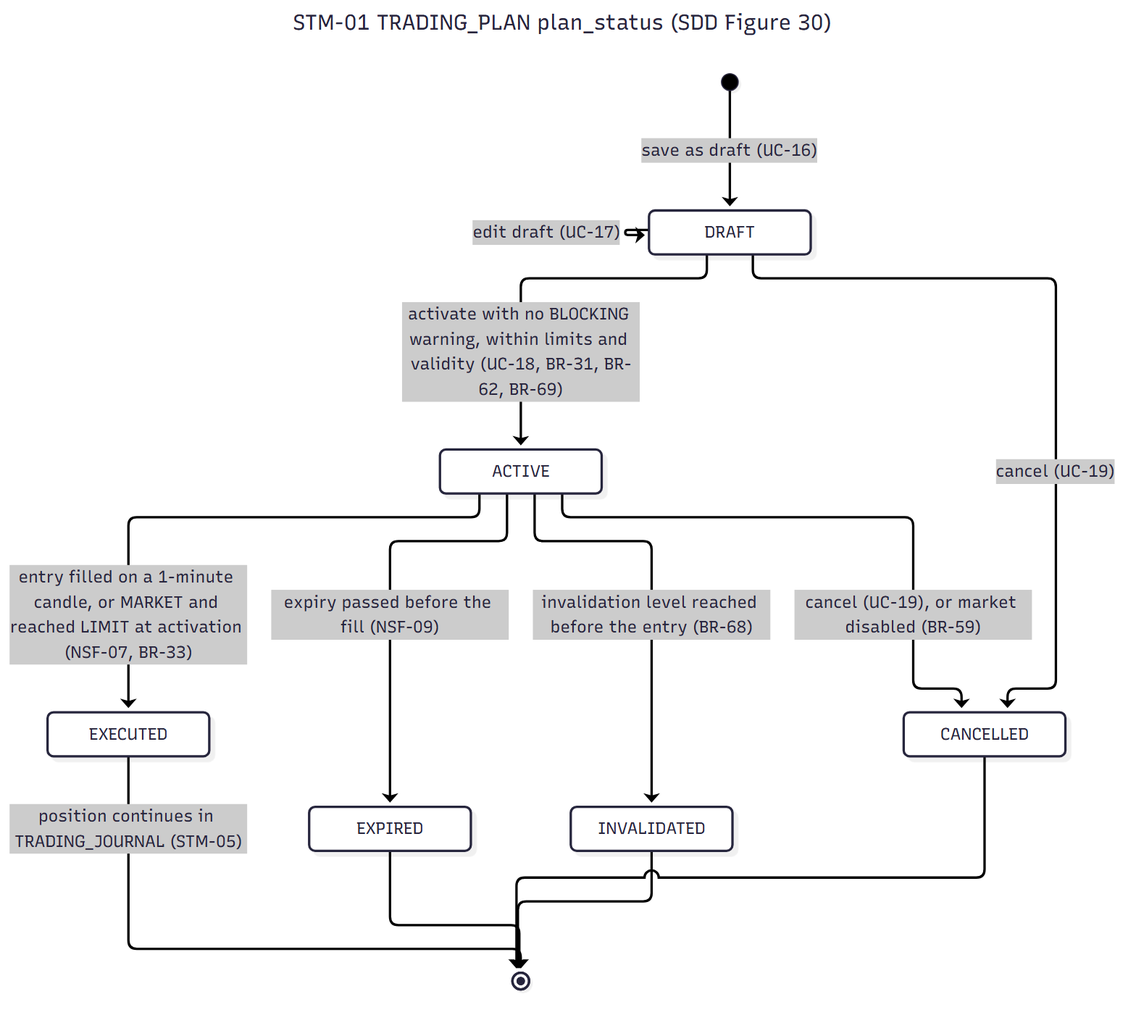
This is specs/diagrams/state/STM-01_trading_plan.png from nguyenluc2411/cryptopilot_project, a Mermaid export, as it was before one commit. Its source is kept beside it as specs/diagrams/state/STM-01_trading_plan.mmd.
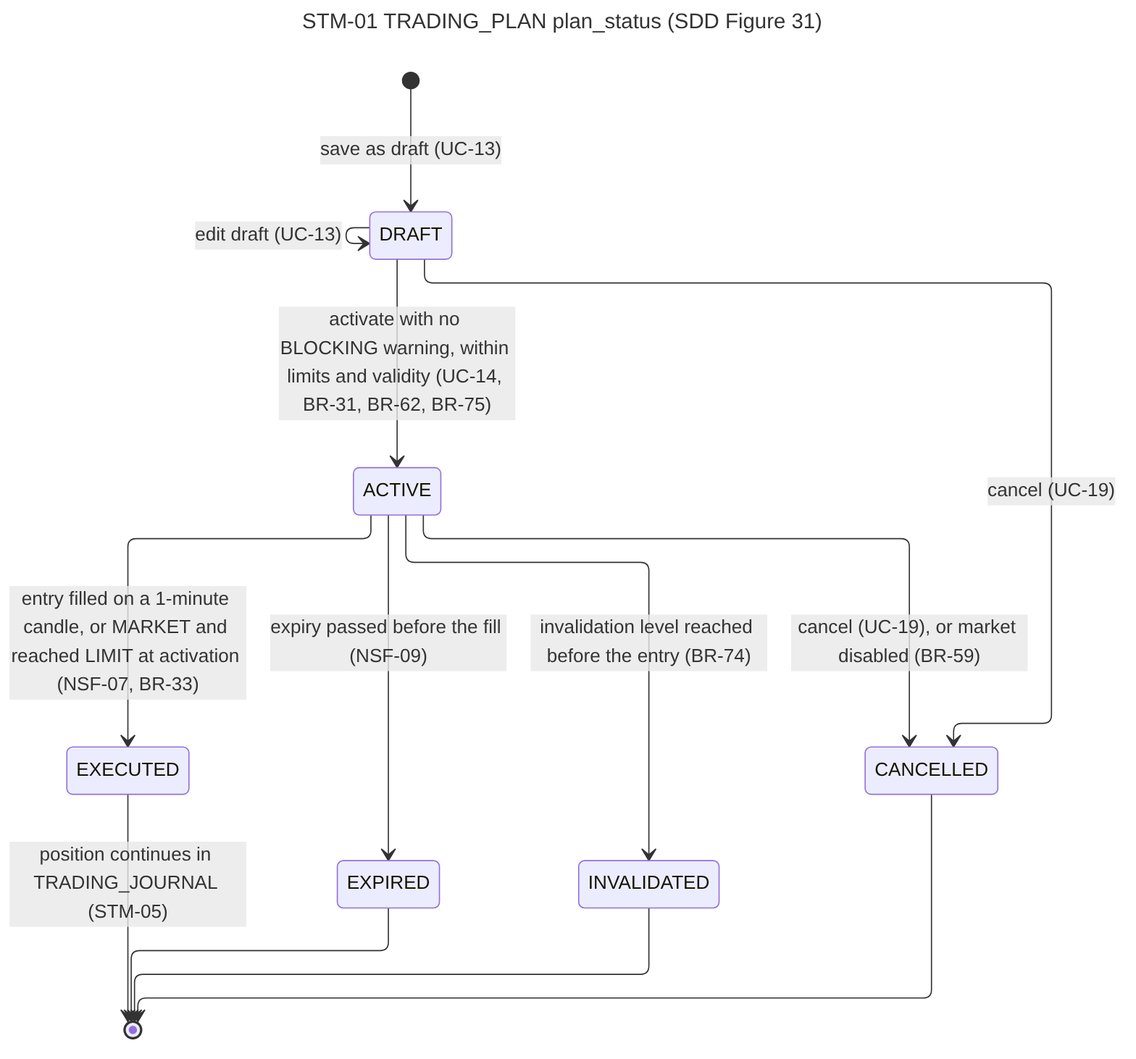
Above is the later version.

Diff of the diagram source:
```diff
@@ -1,15 +1,15 @@
 ---
-title: STM-01 TRADING_PLAN plan_status (SDD Figure 30)
+title: STM-01 TRADING_PLAN plan_status (SDD Figure 31)
 ---
 stateDiagram-v2
-    [*] --> DRAFT : save as draft (UC-16)
-    DRAFT --> DRAFT : edit draft (UC-17)
-    DRAFT --> ACTIVE : activate with no BLOCKING warning, within limits and validity (UC-18, BR-31, BR-62, BR-69)
+    [*] --> DRAFT : save as draft (UC-13)
+    DRAFT --> DRAFT : edit draft (UC-13)
+    DRAFT --> ACTIVE : activate with no BLOCKING warning, within limits and validity (UC-14, BR-31, BR-62, BR-75)
     DRAFT --> CANCELLED : cancel (UC-19)
     ACTIVE --> EXECUTED : entry filled on a 1-minute candle, or MARKET and reached LIMIT at activation (NSF-07, BR-33)
     ACTIVE --> CANCELLED : cancel (UC-19), or market disabled (BR-59)
     ACTIVE --> EXPIRED : expiry passed before the fill (NSF-09)
-    ACTIVE --> INVALIDATED : invalidation level reached before the entry (BR-68)
+    ACTIVE --> INVALIDATED : invalidation level reached before the entry (BR-74)
     EXECUTED --> [*] : position continues in TRADING_JOURNAL (STM-05)
     CANCELLED --> [*]
     EXPIRED --> [*]
```
